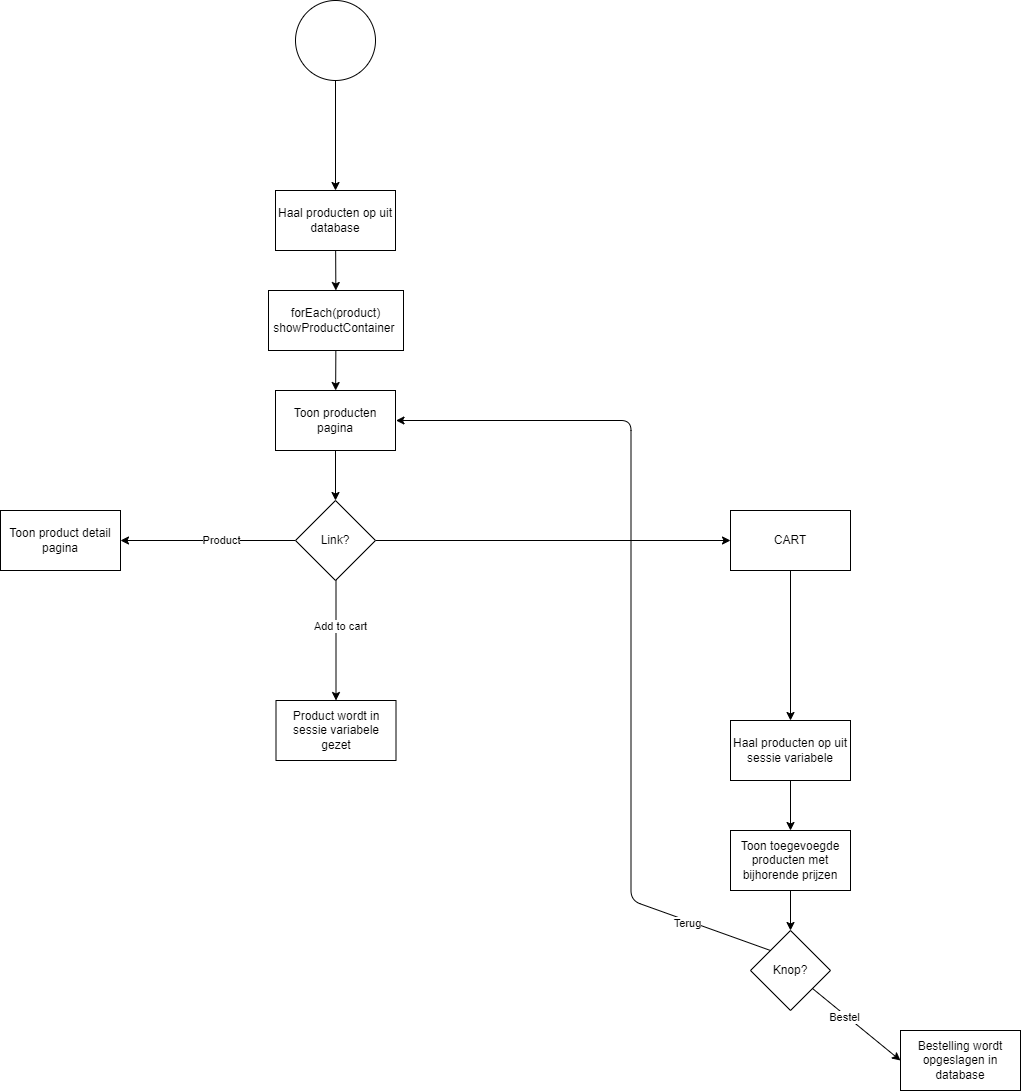
This is Diagrams/webshop_flowchart.drawio.png from Dabra720/educom-webshop-database, a draw.io export, as it was before one commit. Source tidied: cells renumbered, new cells last; positions are measured from the earlier drawing's top-left corner, leaving out a move shared by most shapes.
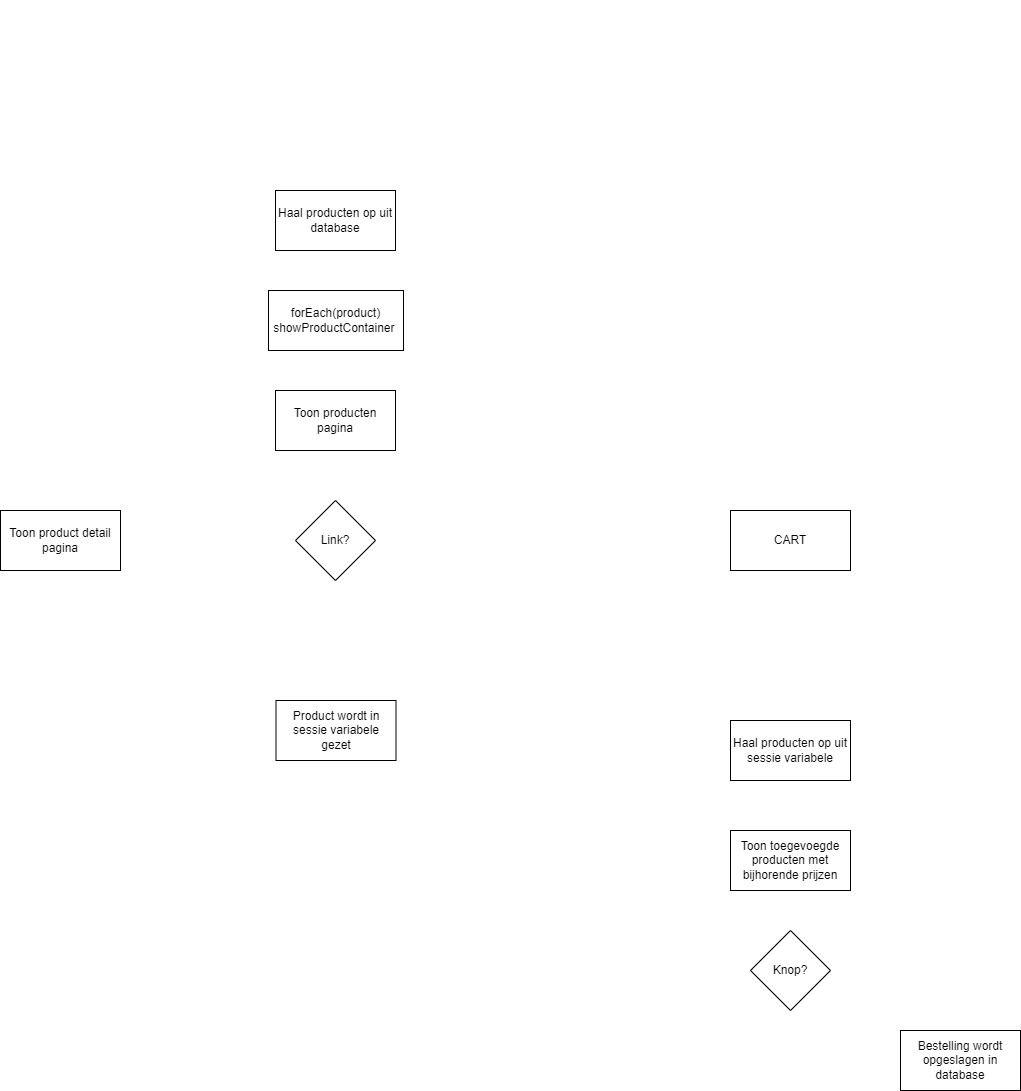
After the commit.

Commit message:
Issue #6 Recolor flowchart

Change to the diagram source:
```diff
@@ -2,33 +2,33 @@
   <root>
     <mxCell id="0" />
     <mxCell id="1" parent="0" />
-    <mxCell id="2" style="edgeStyle=none;html=1;" parent="1" edge="1" source="3" target="15">
+    <mxCell id="2" style="edgeStyle=none;html=1;strokeColor=#FFFFFF;" parent="1" edge="1" source="3" target="15">
       <mxGeometry relative="1" as="geometry" />
     </mxCell>
-    <mxCell id="3" style="ellipse;whiteSpace=wrap;html=1;" parent="1" vertex="1">
+    <mxCell id="3" style="ellipse;whiteSpace=wrap;html=1;strokeColor=#FFFFFF;" parent="1" vertex="1">
       <mxGeometry x="295" width="80" height="80" as="geometry" />
     </mxCell>
-    <mxCell id="4" style="edgeStyle=none;html=1;entryX=0.5;entryY=0;entryDx=0;entryDy=0;" parent="1" edge="1" source="5" target="11">
+    <mxCell id="4" style="edgeStyle=none;html=1;entryX=0.5;entryY=0;entryDx=0;entryDy=0;strokeColor=#FFFFFF;" parent="1" edge="1" source="5" target="11">
       <mxGeometry relative="1" as="geometry" />
     </mxCell>
     <mxCell id="5" value="Toon producten pagina" style="rounded=0;whiteSpace=wrap;html=1;" parent="1" vertex="1">
       <mxGeometry x="275" y="390" width="120" height="60" as="geometry" />
     </mxCell>
-    <mxCell id="6" style="edgeStyle=none;html=1;" parent="1" edge="1" source="11" target="12">
+    <mxCell id="6" style="edgeStyle=none;html=1;strokeColor=#FFFFFF;" parent="1" edge="1" source="11" target="12">
       <mxGeometry relative="1" as="geometry" />
     </mxCell>
-    <mxCell id="7" value="Product" style="edgeLabel;html=1;align=center;verticalAlign=middle;" parent="6" vertex="1">
+    <mxCell id="7" value="Product" style="edgeLabel;html=1;align=center;verticalAlign=middle;fontColor=#FFFFFF;" parent="6" vertex="1">
       <mxGeometry x="-0.14" y="-1" relative="1" as="geometry" />
     </mxCell>
-    <mxCell id="8" style="edgeStyle=none;html=1;" parent="1" edge="1" target="13">
+    <mxCell id="8" style="edgeStyle=none;html=1;strokeColor=#FFFFFF;" parent="1" edge="1" target="13">
       <mxGeometry relative="1" as="geometry">
         <mxPoint x="335.5" y="580" as="sourcePoint" />
       </mxGeometry>
     </mxCell>
-    <mxCell id="9" value="Add to cart" style="edgeLabel;html=1;align=center;verticalAlign=middle;" parent="8" vertex="1">
+    <mxCell id="9" value="Add to cart" style="edgeLabel;html=1;align=center;verticalAlign=middle;fontColor=#FFFFFF;" parent="8" vertex="1">
       <mxGeometry x="-0.25" y="4" relative="1" as="geometry" />
     </mxCell>
-    <mxCell id="10" style="edgeStyle=none;html=1;" parent="1" edge="1" source="11" target="19">
+    <mxCell id="10" style="edgeStyle=none;html=1;strokeColor=#FFFFFF;" parent="1" edge="1" source="11" target="19">
       <mxGeometry relative="1" as="geometry" />
     </mxCell>
     <mxCell id="11" value="Link?" style="rhombus;whiteSpace=wrap;html=1;" parent="1" vertex="1">
@@ -40,37 +40,37 @@
     <mxCell id="13" value="Product wordt in sessie variabele gezet" style="rounded=0;whiteSpace=wrap;html=1;" parent="1" vertex="1">
       <mxGeometry x="275.5" y="700" width="120" height="60" as="geometry" />
     </mxCell>
-    <mxCell id="14" style="edgeStyle=none;html=1;" parent="1" edge="1" source="15" target="17">
+    <mxCell id="14" style="edgeStyle=none;html=1;strokeColor=#FFFFFF;" parent="1" edge="1" source="15" target="17">
       <mxGeometry relative="1" as="geometry" />
     </mxCell>
     <mxCell id="15" value="Haal producten op uit database" style="whiteSpace=wrap;html=1;" parent="1" vertex="1">
       <mxGeometry x="275" y="190" width="120" height="60" as="geometry" />
     </mxCell>
-    <mxCell id="16" style="edgeStyle=none;html=1;" parent="1" edge="1" source="17" target="5">
+    <mxCell id="16" style="edgeStyle=none;html=1;strokeColor=#FFFFFF;" parent="1" edge="1" source="17" target="5">
       <mxGeometry relative="1" as="geometry" />
     </mxCell>
     <mxCell id="17" value="forEach(product)&lt;br&gt;showProductContainer&amp;nbsp;" style="whiteSpace=wrap;html=1;" parent="1" vertex="1">
       <mxGeometry x="268" y="290" width="135" height="60" as="geometry" />
     </mxCell>
-    <mxCell id="18" style="edgeStyle=none;html=1;entryX=0.5;entryY=0;entryDx=0;entryDy=0;" parent="1" edge="1" source="19" target="21">
+    <mxCell id="18" style="edgeStyle=none;html=1;entryX=0.5;entryY=0;entryDx=0;entryDy=0;strokeColor=#FFFFFF;" parent="1" edge="1" source="19" target="21">
       <mxGeometry relative="1" as="geometry" />
     </mxCell>
     <mxCell id="19" value="CART" style="whiteSpace=wrap;html=1;" parent="1" vertex="1">
       <mxGeometry x="730" y="510" width="120" height="60" as="geometry" />
     </mxCell>
-    <mxCell id="20" style="edgeStyle=none;html=1;" parent="1" edge="1" source="21" target="23">
+    <mxCell id="20" style="edgeStyle=none;html=1;strokeColor=#FFFFFF;" parent="1" edge="1" source="21" target="23">
       <mxGeometry relative="1" as="geometry" />
     </mxCell>
     <mxCell id="21" value="Haal producten op uit sessie variabele" style="rounded=0;whiteSpace=wrap;html=1;" parent="1" vertex="1">
       <mxGeometry x="730" y="720" width="120" height="60" as="geometry" />
     </mxCell>
-    <mxCell id="22" style="edgeStyle=none;html=1;entryX=0.5;entryY=0;entryDx=0;entryDy=0;" parent="1" edge="1" source="23" target="28">
+    <mxCell id="22" style="edgeStyle=none;html=1;entryX=0.5;entryY=0;entryDx=0;entryDy=0;strokeColor=#FFFFFF;" parent="1" edge="1" source="23" target="28">
       <mxGeometry relative="1" as="geometry" />
     </mxCell>
     <mxCell id="23" value="Toon toegevoegde producten met bijhorende prijzen" style="rounded=0;whiteSpace=wrap;html=1;" parent="1" vertex="1">
       <mxGeometry x="730" y="830" width="120" height="60" as="geometry" />
     </mxCell>
-    <mxCell id="24" style="edgeStyle=none;html=1;exitX=0;exitY=0;exitDx=0;exitDy=0;entryX=1;entryY=0.5;entryDx=0;entryDy=0;" parent="1" edge="1" source="28">
+    <mxCell id="24" style="edgeStyle=none;html=1;exitX=0;exitY=0;exitDx=0;exitDy=0;entryX=1;entryY=0.5;entryDx=0;entryDy=0;strokeColor=#FFFFFF;" parent="1" edge="1" source="28">
       <mxGeometry relative="1" as="geometry">
         <mxPoint x="395.5" y="420" as="targetPoint" />
         <Array as="points">
@@ -79,13 +79,13 @@
         </Array>
       </mxGeometry>
     </mxCell>
-    <mxCell id="25" value="Terug" style="edgeLabel;html=1;align=center;verticalAlign=middle;" parent="24" vertex="1">
+    <mxCell id="25" value="Terug" style="edgeLabel;html=1;align=center;verticalAlign=middle;fontColor=#FFFFFF;" parent="24" vertex="1">
       <mxGeometry x="-0.8" y="2" relative="1" as="geometry" />
     </mxCell>
-    <mxCell id="26" style="edgeStyle=none;html=1;entryX=0;entryY=0.5;entryDx=0;entryDy=0;" parent="1" edge="1" source="28" target="29">
+    <mxCell id="26" style="edgeStyle=none;html=1;entryX=0;entryY=0.5;entryDx=0;entryDy=0;strokeColor=#FFFFFF;" parent="1" edge="1" source="28" target="29">
       <mxGeometry relative="1" as="geometry" />
     </mxCell>
-    <mxCell id="27" value="Bestel" style="edgeLabel;html=1;align=center;verticalAlign=middle;" parent="26" vertex="1">
+    <mxCell id="27" value="Bestel" style="edgeLabel;html=1;align=center;verticalAlign=middle;fontColor=#FFFFFF;" parent="26" vertex="1">
       <mxGeometry x="-0.26" y="-2" relative="1" as="geometry" />
     </mxCell>
     <mxCell id="28" value="Knop?" style="rhombus;whiteSpace=wrap;html=1;" parent="1" vertex="1">
```
